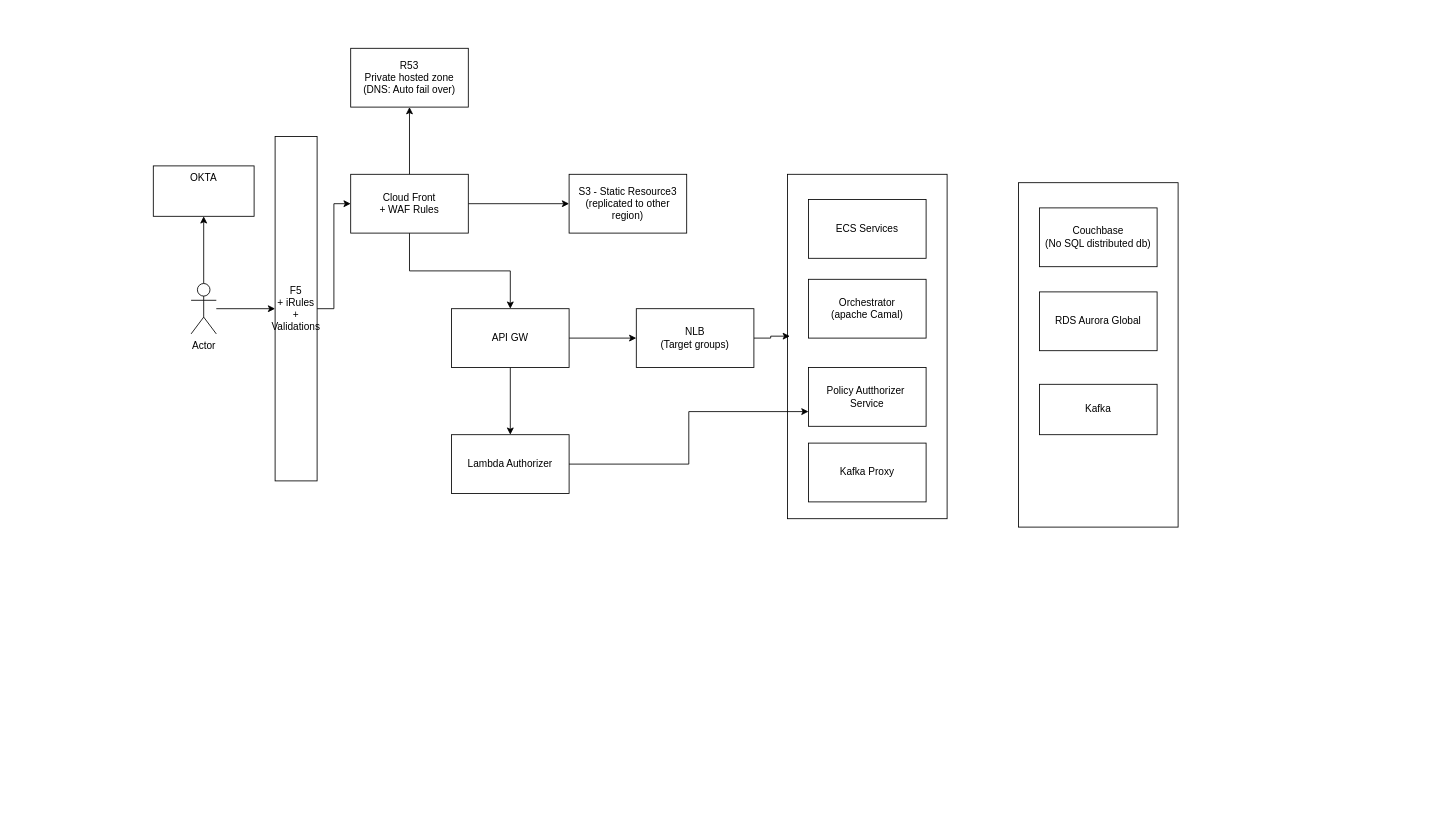
Above: pharos-seq.drawio in rsingh25/assignment-1 (draw.io), before the change. Source tidied: cells renumbered, new cells numbered last; positions are measured from the earlier drawing's top-left corner, leaving out a move shared by most shapes. Both pictures are drawn from the tidied source at 84%, with x=0, y=0 at pixel (153, 48).
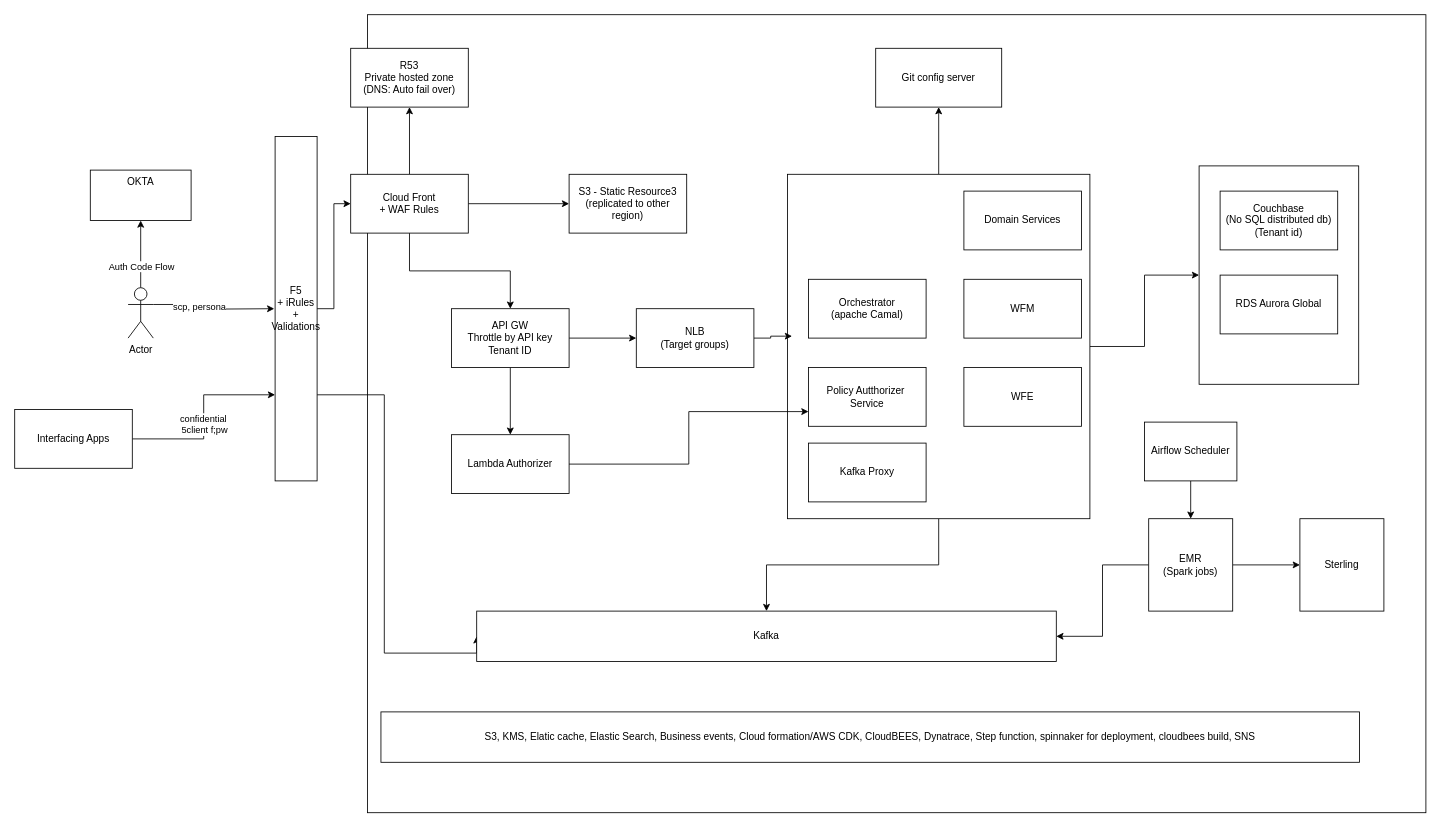
The same diagram, later.

Unchanged cells that the change refers to:
```xml
<mxCell id="5" value="F5&lt;div&gt;+ iRules&lt;/div&gt;&lt;div&gt;+ Validations&lt;/div&gt;" style="rounded=0;whiteSpace=wrap;html=1;" parent="1" vertex="1">
  <mxGeometry x="145" y="105" width="50" height="410" as="geometry" />
</mxCell>
<mxCell id="22" style="edgeStyle=orthogonalEdgeStyle;rounded=0;jettySize=auto;html=1;" parent="1" edge="1" source="24" target="25">
  <mxGeometry relative="1" as="geometry" />
</mxCell>
```

What changed in the source:
```diff
@@
+    <mxCell id="30" style="rounded=0;whiteSpace=wrap;html=1;" parent="1" vertex="1">
+      <mxGeometry x="255" y="-40" width="1260" height="950" as="geometry" />
+    </mxCell>
+    <mxCell id="31" style="edgeStyle=orthogonalEdgeStyle;rounded=0;jettySize=auto;html=1;exitX=1;exitY=0.5;exitDx=0;exitDy=0;entryX=0;entryY=0.5;entryDx=0;entryDy=0;" parent="1" edge="1" source="2" target="3">
+      <mxGeometry relative="1" as="geometry" />
+    </mxCell>
+    <mxCell id="32" style="edgeStyle=orthogonalEdgeStyle;rounded=0;jettySize=auto;html=1;exitX=0.5;exitY=1;exitDx=0;exitDy=0;" parent="1" edge="1" source="2" target="28">
+      <mxGeometry relative="1" as="geometry" />
+    </mxCell>
+    <mxCell id="33" style="edgeStyle=orthogonalEdgeStyle;rounded=0;jettySize=auto;html=1;" parent="1" edge="1" source="2" target="40">
+      <mxGeometry relative="1" as="geometry" />
+    </mxCell>
     <mxCell id="2" style="rounded=0;whiteSpace=wrap;html=1;" parent="1" vertex="1">
-      <mxGeometry x="755" y="150" width="190" height="410" as="geometry" />
+      <mxGeometry x="755" y="150" width="360" height="410" as="geometry" />
     </mxCell>
     <mxCell id="3" style="rounded=0;whiteSpace=wrap;html=1;" parent="1" vertex="1">
-      <mxGeometry x="1030" y="160" width="190" height="410" as="geometry" />
+      <mxGeometry x="1245" y="140" width="190" height="260" as="geometry" />
     </mxCell>
@@
+    <mxCell id="34" style="edgeStyle=orthogonalEdgeStyle;rounded=0;jettySize=auto;html=1;exitX=1;exitY=0.75;exitDx=0;exitDy=0;entryX=0;entryY=0.5;entryDx=0;entryDy=0;" parent="1" edge="1" source="5" target="28">
+      <mxGeometry relative="1" as="geometry">
+        <Array as="points">
+          <mxPoint x="275" y="413" />
+          <mxPoint x="275" y="720" />
+        </Array>
+      </mxGeometry>
+    </mxCell>
@@
-    <mxCell id="14" value="API GW" style="rounded=0;whiteSpace=wrap;html=1;" parent="1" vertex="1">
+    <mxCell id="14" value="API GW&lt;div&gt;Throttle by API key&lt;/div&gt;&lt;div&gt;Tenant ID&lt;/div&gt;" style="rounded=0;whiteSpace=wrap;html=1;" parent="1" vertex="1">
       <mxGeometry x="355" y="310" width="140" height="70" as="geometry" />
     </mxCell>
@@
-    <mxCell id="21" value="ECS Services" style="rounded=0;whiteSpace=wrap;html=1;" parent="1" vertex="1">
-      <mxGeometry x="780" y="180" width="140" height="70" as="geometry" />
+    <mxCell id="21" value="Domain Services" style="rounded=0;whiteSpace=wrap;html=1;" parent="1" vertex="1">
+      <mxGeometry x="965" y="170" width="140" height="70" as="geometry" />
     </mxCell>
@@
+    <mxCell id="35" value="Auth Code Flow" style="edgeLabel;html=1;align=center;verticalAlign=middle;" parent="22" vertex="1">
+      <mxGeometry x="-0.34" relative="1" as="geometry" />
+    </mxCell>
-    <mxCell id="23" style="edgeStyle=orthogonalEdgeStyle;rounded=0;jettySize=auto;html=1;" parent="1" edge="1" source="24" target="5">
-      <mxGeometry relative="1" as="geometry" />
+    <mxCell id="23" style="edgeStyle=orthogonalEdgeStyle;rounded=0;jettySize=auto;html=1;exitX=1;exitY=0.3333333333333333;exitDx=0;exitDy=0;exitPerimeter=0;" parent="1" edge="1" source="24">
+      <mxGeometry relative="1" as="geometry">
+        <mxPoint x="144" y="310" as="targetPoint" />
+      </mxGeometry>
     </mxCell>
+    <mxCell id="36" value="scp, persona" style="edgeLabel;html=1;align=center;verticalAlign=middle;" parent="23" vertex="1">
+      <mxGeometry x="-0.28" y="-2" relative="1" as="geometry" />
+    </mxCell>
     <mxCell id="24" value="Actor" style="shape=umlActor;verticalLabelPosition=bottom;verticalAlign=top;html=1;outlineConnect=0;" parent="1" vertex="1">
-      <mxGeometry x="45" y="280" width="30" height="60" as="geometry" />
+      <mxGeometry x="-30" y="285" width="30" height="60" as="geometry" />
     </mxCell>
     <mxCell id="25" value="OKTA" style="whiteSpace=wrap;html=1;verticalAlign=top;" parent="1" vertex="1">
-      <mxGeometry y="140" width="120" height="60" as="geometry" />
+      <mxGeometry x="-75" y="145" width="120" height="60" as="geometry" />
     </mxCell>
-    <mxCell id="26" value="Couchbase&lt;div&gt;(No SQL distributed db)&lt;/div&gt;" style="rounded=0;whiteSpace=wrap;html=1;" parent="1" vertex="1">
-      <mxGeometry x="1055" y="190" width="140" height="70" as="geometry" />
+    <mxCell id="26" value="Couchbase&lt;div&gt;(No SQL distributed db)&lt;/div&gt;&lt;div&gt;(Tenant id)&lt;/div&gt;" style="rounded=0;whiteSpace=wrap;html=1;" parent="1" vertex="1">
+      <mxGeometry x="1270" y="170" width="140" height="70" as="geometry" />
     </mxCell>
     <mxCell id="27" value="RDS Aurora Global" style="rounded=0;whiteSpace=wrap;html=1;" parent="1" vertex="1">
-      <mxGeometry x="1055" y="290" width="140" height="70" as="geometry" />
+      <mxGeometry x="1270" y="270" width="140" height="70" as="geometry" />
     </mxCell>
     <mxCell id="28" value="Kafka" style="rounded=0;whiteSpace=wrap;html=1;" parent="1" vertex="1">
-      <mxGeometry x="1055" y="400" width="140" height="60" as="geometry" />
+      <mxGeometry x="385" y="670" width="690" height="60" as="geometry" />
     </mxCell>
@@
+    <mxCell id="37" style="edgeStyle=orthogonalEdgeStyle;rounded=0;jettySize=auto;html=1;exitX=1;exitY=0.5;exitDx=0;exitDy=0;entryX=0;entryY=0.75;entryDx=0;entryDy=0;" parent="1" edge="1" source="39" target="5">
+      <mxGeometry relative="1" as="geometry" />
+    </mxCell>
+    <mxCell id="38" value="confidential&amp;nbsp;&lt;div&gt;5client f;pw&lt;/div&gt;" style="edgeLabel;html=1;align=center;verticalAlign=middle;" parent="37" vertex="1">
+      <mxGeometry x="-0.07" relative="1" as="geometry" />
+    </mxCell>
+    <mxCell id="39" value="Interfacing Apps" style="rounded=0;whiteSpace=wrap;html=1;" parent="1" vertex="1">
+      <mxGeometry x="-165" y="430" width="140" height="70" as="geometry" />
+    </mxCell>
+    <mxCell id="40" value="Git config server" style="rounded=0;whiteSpace=wrap;html=1;" parent="1" vertex="1">
+      <mxGeometry x="860" width="150" height="70" as="geometry" />
+    </mxCell>
+    <mxCell id="41" value="S3, KMS, Elatic cache, Elastic Search, Business events, Cloud formation/AWS CDK, CloudBEES, Dynatrace, Step function, spinnaker for deployment, cloudbees build, SNS" style="rounded=0;whiteSpace=wrap;html=1;" parent="1" vertex="1">
+      <mxGeometry x="271" y="790" width="1165" height="60" as="geometry" />
+    </mxCell>
+    <mxCell id="42" value="WFM" style="rounded=0;whiteSpace=wrap;html=1;" parent="1" vertex="1">
+      <mxGeometry x="965" y="275" width="140" height="70" as="geometry" />
+    </mxCell>
+    <mxCell id="43" value="WFE" style="rounded=0;whiteSpace=wrap;html=1;" parent="1" vertex="1">
+      <mxGeometry x="965" y="380" width="140" height="70" as="geometry" />
+    </mxCell>
+    <mxCell id="44" style="edgeStyle=orthogonalEdgeStyle;rounded=0;jettySize=auto;html=1;exitX=0;exitY=0.5;exitDx=0;exitDy=0;" parent="1" edge="1" source="46" target="28">
+      <mxGeometry relative="1" as="geometry" />
+    </mxCell>
+    <mxCell id="45" style="edgeStyle=orthogonalEdgeStyle;rounded=0;jettySize=auto;html=1;" parent="1" edge="1" source="46" target="49">
+      <mxGeometry relative="1" as="geometry" />
+    </mxCell>
+    <mxCell id="46" value="EMR&lt;div&gt;(Spark jobs)&lt;/div&gt;" style="rounded=0;whiteSpace=wrap;html=1;" parent="1" vertex="1">
+      <mxGeometry x="1185" y="560" width="100" height="110" as="geometry" />
+    </mxCell>
+    <mxCell id="47" style="edgeStyle=orthogonalEdgeStyle;rounded=0;jettySize=auto;html=1;" parent="1" edge="1" source="48" target="46">
+      <mxGeometry relative="1" as="geometry" />
+    </mxCell>
+    <mxCell id="48" value="Airflow Scheduler" style="rounded=0;whiteSpace=wrap;html=1;" parent="1" vertex="1">
+      <mxGeometry x="1180" y="445" width="110" height="70" as="geometry" />
+    </mxCell>
+    <mxCell id="49" value="Sterling" style="rounded=0;whiteSpace=wrap;html=1;" parent="1" vertex="1">
+      <mxGeometry x="1365" y="560" width="100" height="110" as="geometry" />
+    </mxCell>
```
